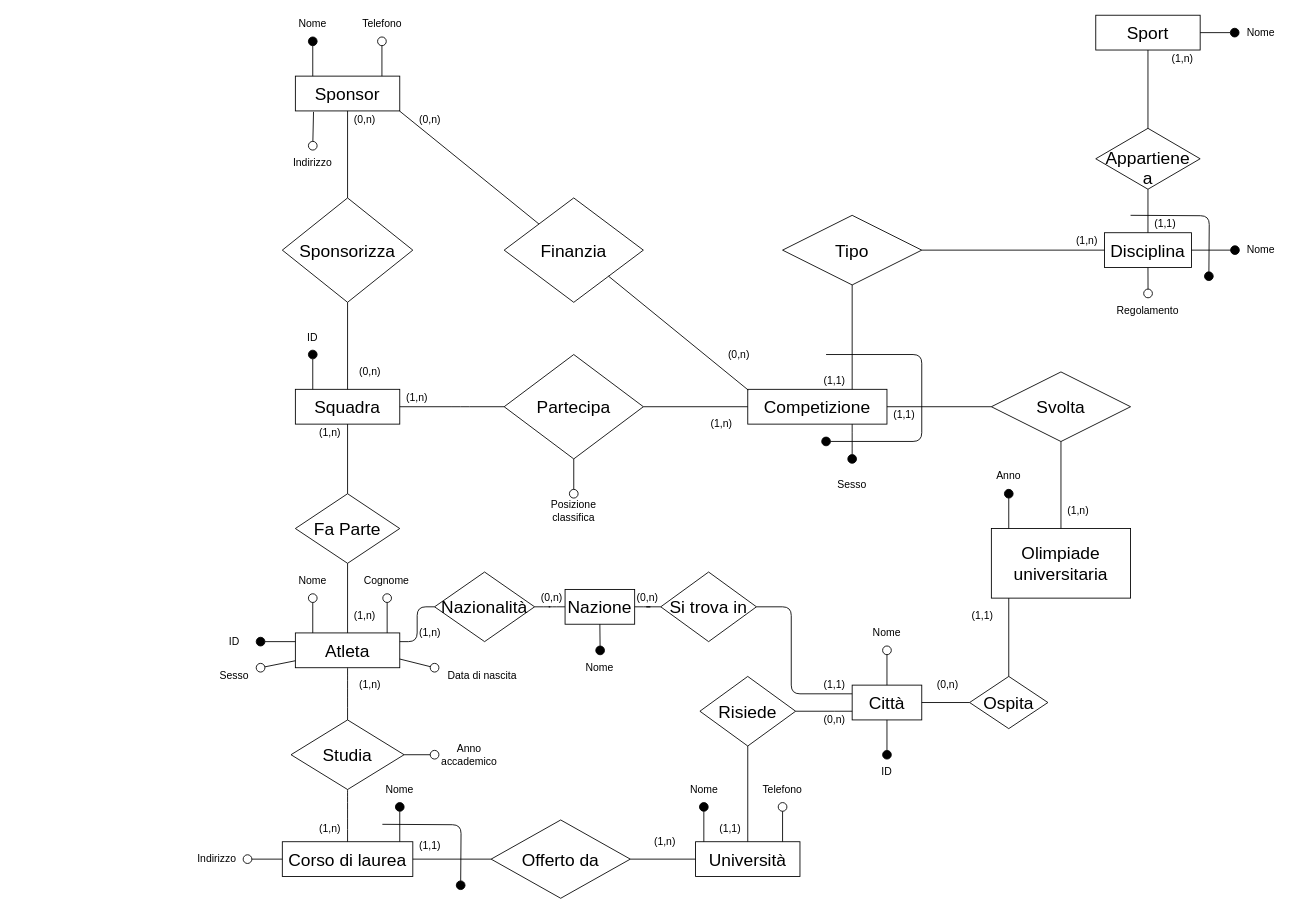
Above: page "Schema E-R" (1 of 3) of Olimpiadi studentesche.drawio in giovannivelludo/database-project (draw.io), before the change. Source tidied: cells renumbered, new cells numbered last; positions are measured from the earlier drawing's top-left corner, leaving out a move shared by most shapes. Both pictures are drawn from the tidied source at 87%, with x=0, y=0 at pixel (199, 15).
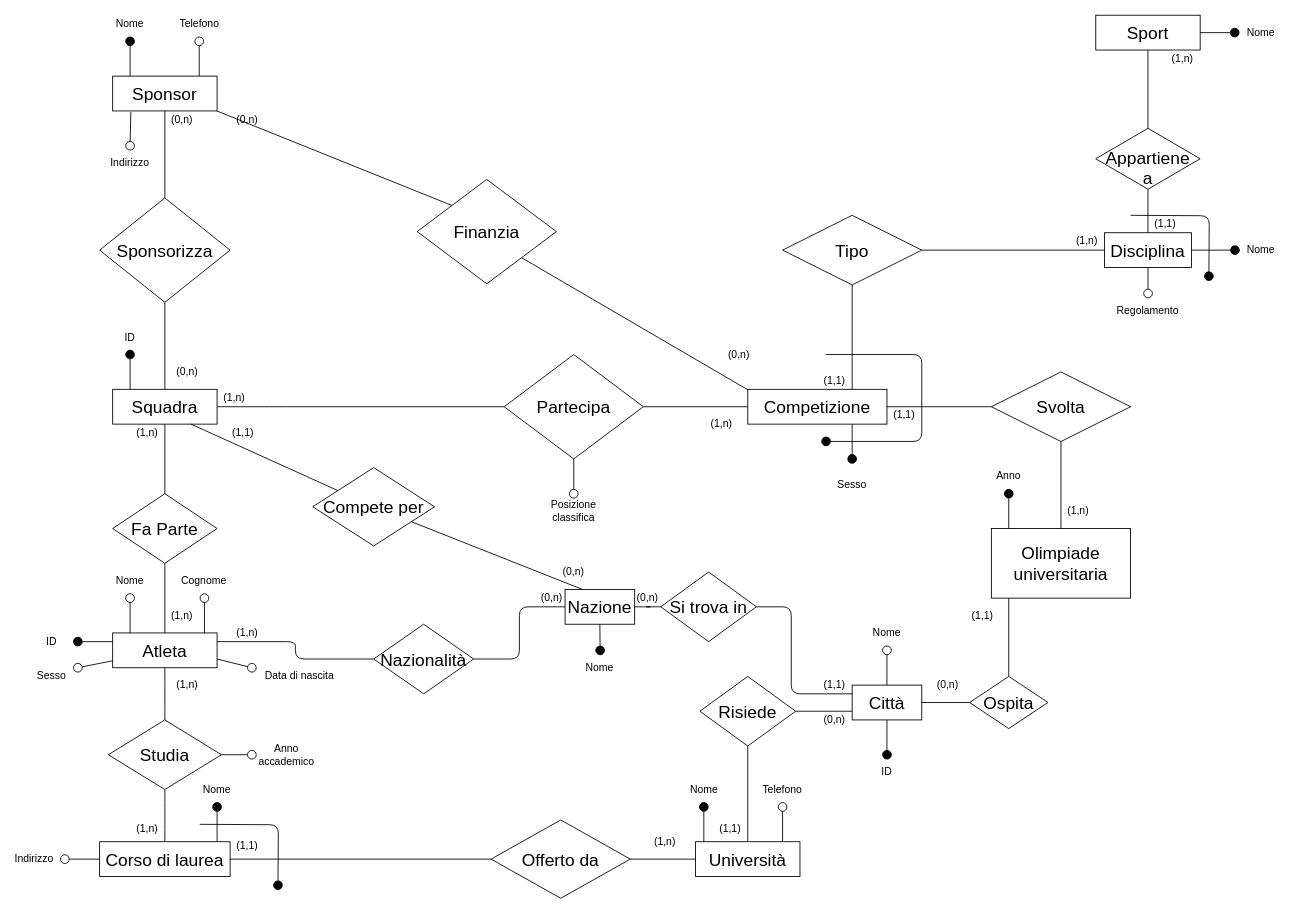
Above is the later version.

Commit message (it also covers changes not shown here):
Aggiunta relazione "Compete per" tra SQUADRA e NAZIONE

The change refers to these unchanged cells:
```xml
<mxCell id="3" value="&lt;font style=&quot;font-size: 20px&quot;&gt;Partecipa&lt;/font&gt;" style="rhombus;whiteSpace=wrap;html=1;fillColor=none;" parent="1" vertex="1">
  <mxGeometry x="350" y="390" width="160" height="120" as="geometry" />
</mxCell>
<mxCell id="97" value="&lt;font style=&quot;font-size: 20px&quot;&gt;Nazione&lt;/font&gt;" style="rounded=0;whiteSpace=wrap;html=1;fillColor=none;" parent="1" vertex="1">
  <mxGeometry x="420" y="660" width="80" height="40" as="geometry" />
</mxCell>
```

Change to the diagram source:
```diff
@@
     <mxCell id="2" value="&lt;font style=&quot;font-size: 20px&quot;&gt;Squadra&lt;/font&gt;" style="rounded=0;whiteSpace=wrap;html=1;fontSize=20;fillColor=none;" parent="1" vertex="1">
-      <mxGeometry x="110" y="430" width="120" height="40" as="geometry" />
+      <mxGeometry x="-100" y="430" width="120" height="40" as="geometry" />
     </mxCell>
@@
     <mxCell id="4" style="endArrow=none;html=1;entryX=0;entryY=0.5;entryDx=0;entryDy=0;exitX=1;exitY=0.5;exitDx=0;exitDy=0;" parent="1" edge="1" source="2" target="3">
       <mxGeometry relative="1" as="geometry">
         <Array as="points">
-          <mxPoint x="300" y="450" />
+          <mxPoint x="90" y="450" />
         </Array>
       </mxGeometry>
     </mxCell>
@@
     <mxCell id="14" value="Fa Parte" style="rhombus;whiteSpace=wrap;html=1;rounded=0;fontSize=20;fillColor=none;" parent="1" vertex="1">
-      <mxGeometry x="110" y="550" width="120" height="80" as="geometry" />
+      <mxGeometry x="-100" y="550" width="120" height="80" as="geometry" />
     </mxCell>
@@
     <mxCell id="16" style="rounded=1;orthogonalLoop=1;jettySize=auto;html=1;endArrow=oval;endFill=1;endSize=10;" parent="1" edge="1">
       <mxGeometry relative="1" as="geometry">
-        <mxPoint x="110" y="720" as="sourcePoint" />
-        <mxPoint x="70" y="720" as="targetPoint" />
+        <mxPoint x="-100" y="720" as="sourcePoint" />
+        <mxPoint x="-140" y="720" as="targetPoint" />
       </mxGeometry>
     </mxCell>
     <mxCell id="17" style="edgeStyle=none;rounded=1;jettySize=auto;html=1;exitX=1;exitY=0.75;exitDx=0;exitDy=0;endArrow=oval;endFill=0;endSize=10;" parent="1" edge="1" source="19">
       <mxGeometry relative="1" as="geometry">
-        <mxPoint x="270" y="750" as="targetPoint" />
+        <mxPoint x="60" y="750" as="targetPoint" />
       </mxGeometry>
     </mxCell>
     <mxCell id="18" style="edgeStyle=none;rounded=1;jettySize=auto;html=1;endArrow=oval;endFill=0;endSize=10;" parent="1" edge="1" source="19">
       <mxGeometry relative="1" as="geometry">
-        <mxPoint x="70" y="750" as="targetPoint" />
+        <mxPoint x="-140" y="750" as="targetPoint" />
       </mxGeometry>
     </mxCell>
     <mxCell id="19" value="Atleta" style="rounded=0;whiteSpace=wrap;html=1;fontSize=20;fillColor=none;" parent="1" vertex="1">
-      <mxGeometry x="110" y="710" width="120" height="40" as="geometry" />
+      <mxGeometry x="-100" y="710" width="120" height="40" as="geometry" />
     </mxCell>
@@
     <mxCell id="27" value="&lt;div&gt;(1,n)&lt;/div&gt;" style="text;html=1;align=center;verticalAlign=middle;whiteSpace=wrap;rounded=0;" parent="1" vertex="1">
-      <mxGeometry x="170" y="680" width="40" height="20" as="geometry" />
+      <mxGeometry x="-40" y="680" width="40" height="20" as="geometry" />
     </mxCell>
     <mxCell id="28" value="(1,n)" style="text;html=1;align=center;verticalAlign=middle;whiteSpace=wrap;rounded=0;" parent="1" vertex="1">
-      <mxGeometry x="130" y="470" width="40" height="20" as="geometry" />
+      <mxGeometry x="-80" y="470" width="40" height="20" as="geometry" />
     </mxCell>
     <mxCell id="29" value="&lt;font style=&quot;font-size: 20px&quot;&gt;Sponsor&lt;/font&gt;" style="rounded=0;whiteSpace=wrap;html=1;fillColor=none;" parent="1" vertex="1">
-      <mxGeometry x="110" y="70" width="120" height="40" as="geometry" />
+      <mxGeometry x="-100" y="70" width="120" height="40" as="geometry" />
     </mxCell>
@@
     <mxCell id="32" value="&lt;font style=&quot;font-size: 20px&quot;&gt;Sponsorizza&lt;/font&gt;" style="rhombus;whiteSpace=wrap;html=1;fillColor=none;" parent="1" vertex="1">
-      <mxGeometry x="95" y="210" width="150" height="120" as="geometry" />
+      <mxGeometry x="-115" y="210" width="150" height="120" as="geometry" />
     </mxCell>
     <mxCell id="33" value="&lt;div&gt;(1,n)&lt;/div&gt;" style="text;html=1;align=center;verticalAlign=middle;whiteSpace=wrap;rounded=0;" parent="1" vertex="1">
-      <mxGeometry x="230" y="430" width="40" height="20" as="geometry" />
+      <mxGeometry x="20" y="430" width="40" height="20" as="geometry" />
     </mxCell>
@@
     <mxCell id="35" value="(0,n)" style="text;html=1;align=center;verticalAlign=middle;whiteSpace=wrap;rounded=0;" parent="1" vertex="1">
-      <mxGeometry x="176" y="400" width="40" height="20" as="geometry" />
+      <mxGeometry x="-34" y="400" width="40" height="20" as="geometry" />
     </mxCell>
@@
     <mxCell id="38" value="(0,n)" style="text;html=1;align=center;verticalAlign=middle;whiteSpace=wrap;rounded=0;shadow=0;glass=0;comic=0;fontSize=12;" parent="1" vertex="1">
-      <mxGeometry x="170" y="110" width="40" height="20" as="geometry" />
+      <mxGeometry x="-40" y="110" width="40" height="20" as="geometry" />
     </mxCell>
     <mxCell id="39" value="&lt;font style=&quot;font-size: 20px&quot;&gt;Finanzia&lt;/font&gt;" style="rhombus;whiteSpace=wrap;html=1;rounded=0;shadow=0;glass=0;comic=0;fontSize=12;fillColor=none;" parent="1" vertex="1">
-      <mxGeometry x="350" y="210" width="160" height="120" as="geometry" />
+      <mxGeometry x="250" y="188.7" width="160" height="120" as="geometry" />
     </mxCell>
@@
     <mxCell id="42" value="(0,n)" style="text;html=1;align=center;verticalAlign=middle;whiteSpace=wrap;rounded=0;shadow=0;glass=0;comic=0;fontSize=12;" parent="1" vertex="1">
-      <mxGeometry x="245" y="110" width="40" height="20" as="geometry" />
+      <mxGeometry x="35" y="110" width="40" height="20" as="geometry" />
     </mxCell>
@@
     <mxCell id="45" value="&lt;font style=&quot;font-size: 20px&quot;&gt;Corso di laurea&lt;br&gt;&lt;/font&gt;" style="rounded=0;whiteSpace=wrap;html=1;shadow=0;glass=0;comic=0;fontSize=12;fillColor=none;" parent="1" vertex="1">
-      <mxGeometry x="95" y="950" width="150" height="40" as="geometry" />
+      <mxGeometry x="-115" y="950" width="150" height="40" as="geometry" />
     </mxCell>
@@
     <mxCell id="47" style="edgeStyle=none;rounded=1;jettySize=auto;html=1;endArrow=oval;endFill=0;endSize=10;" parent="1" edge="1" source="48">
       <mxGeometry relative="1" as="geometry">
-        <mxPoint x="270" y="850" as="targetPoint" />
+        <mxPoint x="60" y="850" as="targetPoint" />
       </mxGeometry>
     </mxCell>
     <mxCell id="48" value="&lt;font style=&quot;font-size: 20px&quot;&gt;Studia&lt;/font&gt;" style="rhombus;whiteSpace=wrap;html=1;rounded=0;shadow=0;glass=0;comic=0;fontSize=12;fillColor=none;" parent="1" vertex="1">
-      <mxGeometry x="105" y="810" width="130" height="80" as="geometry" />
+      <mxGeometry x="-105" y="810" width="130" height="80" as="geometry" />
     </mxCell>
     <mxCell id="49" value="(1,n)" style="text;html=1;align=center;verticalAlign=middle;whiteSpace=wrap;rounded=0;shadow=0;glass=0;comic=0;fontSize=12;" parent="1" vertex="1">
-      <mxGeometry x="176" y="760" width="40" height="20" as="geometry" />
+      <mxGeometry x="-34" y="760" width="40" height="20" as="geometry" />
     </mxCell>
     <mxCell id="50" value="(1,n)" style="text;html=1;align=center;verticalAlign=middle;whiteSpace=wrap;rounded=0;" parent="1" vertex="1">
-      <mxGeometry x="130" y="925" width="40" height="20" as="geometry" />
+      <mxGeometry x="-80" y="925" width="40" height="20" as="geometry" />
     </mxCell>
     <mxCell id="51" value="&lt;div&gt;(1,1)&lt;/div&gt;" style="text;html=1;align=center;verticalAlign=middle;whiteSpace=wrap;rounded=0;" parent="1" vertex="1">
-      <mxGeometry x="245" y="945" width="40" height="20" as="geometry" />
+      <mxGeometry x="35" y="945" width="40" height="20" as="geometry" />
     </mxCell>
@@
     <mxCell id="55" style="endArrow=oval;html=1;endFill=1;endSize=10;" parent="1" edge="1">
       <mxGeometry relative="1" as="geometry">
-        <mxPoint x="230" y="950" as="sourcePoint" />
-        <mxPoint x="230" y="910" as="targetPoint" />
+        <mxPoint x="20" y="950" as="sourcePoint" />
+        <mxPoint x="20" y="910" as="targetPoint" />
       </mxGeometry>
     </mxCell>
     <mxCell id="56" value="Nome" style="text;html=1;align=center;verticalAlign=middle;whiteSpace=wrap;rounded=0;" parent="1" vertex="1">
-      <mxGeometry x="210" y="880" width="40" height="20" as="geometry" />
+      <mxGeometry y="880" width="40" height="20" as="geometry" />
     </mxCell>
     <mxCell id="57" style="endArrow=oval;html=1;endFill=1;endSize=10;" parent="1" edge="1">
       <mxGeometry relative="1" as="geometry">
-        <mxPoint x="130" y="430" as="sourcePoint" />
-        <mxPoint x="130" y="390" as="targetPoint" />
+        <mxPoint x="-80" y="430" as="sourcePoint" />
+        <mxPoint x="-80" y="390" as="targetPoint" />
       </mxGeometry>
     </mxCell>
     <mxCell id="58" value="ID" style="text;html=1;align=center;verticalAlign=middle;whiteSpace=wrap;rounded=0;" parent="1" vertex="1">
-      <mxGeometry x="110" y="361" width="40" height="20" as="geometry" />
+      <mxGeometry x="-100" y="361" width="40" height="20" as="geometry" />
     </mxCell>
     <mxCell id="59" value="Nome" style="text;html=1;align=center;verticalAlign=middle;whiteSpace=wrap;rounded=0;" parent="1" vertex="1">
-      <mxGeometry x="110" y="640" width="40" height="20" as="geometry" />
+      <mxGeometry x="-100" y="640" width="40" height="20" as="geometry" />
     </mxCell>
     <mxCell id="60" style="endArrow=oval;html=1;endFill=0;endSize=10;" parent="1" edge="1">
       <mxGeometry relative="1" as="geometry">
-        <mxPoint x="215.5" y="710" as="sourcePoint" />
-        <mxPoint x="215.5" y="670" as="targetPoint" />
+        <mxPoint x="5.5" y="710" as="sourcePoint" />
+        <mxPoint x="5.5" y="670" as="targetPoint" />
       </mxGeometry>
     </mxCell>
     <mxCell id="61" value="Cognome" style="text;html=1;align=center;verticalAlign=middle;whiteSpace=wrap;rounded=0;" parent="1" vertex="1">
-      <mxGeometry x="195" y="640" width="40" height="20" as="geometry" />
+      <mxGeometry x="-15" y="640" width="40" height="20" as="geometry" />
     </mxCell>
     <mxCell id="62" style="endArrow=oval;html=1;endFill=1;endSize=10;" parent="1" edge="1">
       <mxGeometry relative="1" as="geometry">
-        <mxPoint x="130" y="70" as="sourcePoint" />
-        <mxPoint x="130" y="30" as="targetPoint" />
+        <mxPoint x="-80" y="70" as="sourcePoint" />
+        <mxPoint x="-80" y="30" as="targetPoint" />
       </mxGeometry>
     </mxCell>
     <mxCell id="63" value="Nome" style="text;html=1;align=center;verticalAlign=middle;whiteSpace=wrap;rounded=0;" parent="1" vertex="1">
-      <mxGeometry x="110" width="40" height="20" as="geometry" />
+      <mxGeometry x="-100" width="40" height="20" as="geometry" />
     </mxCell>
@@
     <mxCell id="70" style="endArrow=oval;html=1;endFill=0;endSize=10;" parent="1" edge="1">
       <mxGeometry relative="1" as="geometry">
-        <mxPoint x="130" y="710" as="sourcePoint" />
-        <mxPoint x="130" y="670" as="targetPoint" />
+        <mxPoint x="-80" y="710" as="sourcePoint" />
+        <mxPoint x="-80" y="670" as="targetPoint" />
       </mxGeometry>
     </mxCell>
@@
     <mxCell id="73" style="endArrow=oval;html=1;endFill=0;endSize=10;" parent="1" edge="1">
       <mxGeometry relative="1" as="geometry">
-        <mxPoint x="209.5" y="70" as="sourcePoint" />
-        <mxPoint x="209.5" y="30" as="targetPoint" />
+        <mxPoint x="-0.5" y="70" as="sourcePoint" />
+        <mxPoint x="-0.5" y="30" as="targetPoint" />
       </mxGeometry>
     </mxCell>
     <mxCell id="74" value="Telefono" style="text;html=1;align=center;verticalAlign=middle;whiteSpace=wrap;rounded=0;" parent="1" vertex="1">
-      <mxGeometry x="190" width="40" height="20" as="geometry" />
+      <mxGeometry x="-20" width="40" height="20" as="geometry" />
     </mxCell>
     <mxCell id="75" style="endArrow=oval;html=1;endFill=0;endSize=10;exitX=0.174;exitY=1.028;exitDx=0;exitDy=0;exitPerimeter=0;" parent="1" edge="1" source="29">
       <mxGeometry relative="1" as="geometry">
-        <mxPoint x="130" y="150" as="targetPoint" />
+        <mxPoint x="-80" y="150" as="targetPoint" />
       </mxGeometry>
     </mxCell>
     <mxCell id="76" value="Indirizzo" style="text;html=1;align=center;verticalAlign=middle;whiteSpace=wrap;rounded=0;" parent="1" vertex="1">
-      <mxGeometry x="110" y="160" width="40" height="20" as="geometry" />
+      <mxGeometry x="-100" y="160" width="40" height="20" as="geometry" />
     </mxCell>
@@
     <mxCell id="89" value="ID" style="text;html=1;align=center;verticalAlign=middle;whiteSpace=wrap;rounded=0;" parent="1" vertex="1">
-      <mxGeometry x="20" y="710" width="40" height="20" as="geometry" />
+      <mxGeometry x="-190" y="710" width="40" height="20" as="geometry" />
     </mxCell>
     <mxCell id="90" value="&lt;div&gt;Data di nascita&lt;/div&gt;" style="text;html=1;align=center;verticalAlign=middle;whiteSpace=wrap;rounded=0;" parent="1" vertex="1">
-      <mxGeometry x="280" y="750" width="90" height="20" as="geometry" />
+      <mxGeometry x="70" y="750" width="90" height="20" as="geometry" />
     </mxCell>
     <mxCell id="91" value="&lt;div&gt;Sesso&lt;/div&gt;" style="text;html=1;align=center;verticalAlign=middle;whiteSpace=wrap;rounded=0;" parent="1" vertex="1">
-      <mxGeometry x="20" y="750" width="40" height="20" as="geometry" />
+      <mxGeometry x="-190" y="750" width="40" height="20" as="geometry" />
     </mxCell>
     <mxCell id="92" value="&lt;div&gt;Anno accademico&lt;/div&gt;" style="text;html=1;align=center;verticalAlign=middle;whiteSpace=wrap;rounded=0;" parent="1" vertex="1">
-      <mxGeometry x="290" y="840" width="40" height="20" as="geometry" />
+      <mxGeometry x="80" y="840" width="40" height="20" as="geometry" />
     </mxCell>
     <mxCell id="93" value="Indirizzo" style="text;html=1;align=center;verticalAlign=middle;whiteSpace=wrap;rounded=0;" parent="1" vertex="1">
-      <mxGeometry y="960" width="40" height="20" as="geometry" />
+      <mxGeometry x="-210" y="960" width="40" height="20" as="geometry" />
     </mxCell>
     <mxCell id="94" style="rounded=1;orthogonalLoop=1;jettySize=auto;html=1;endArrow=oval;endFill=0;endSize=10;" parent="1" edge="1">
       <mxGeometry relative="1" as="geometry">
-        <mxPoint x="95" y="970" as="sourcePoint" />
-        <mxPoint x="55" y="970" as="targetPoint" />
+        <mxPoint x="-115" y="970" as="sourcePoint" />
+        <mxPoint x="-155" y="970" as="targetPoint" />
       </mxGeometry>
     </mxCell>
     <mxCell id="95" style="endArrow=oval;html=1;edgeStyle=orthogonalEdgeStyle;endFill=1;endSize=10;" parent="1" edge="1">
       <mxGeometry relative="1" as="geometry">
-        <mxPoint x="210" y="930" as="sourcePoint" />
-        <mxPoint x="300" y="1000" as="targetPoint" />
+        <mxPoint y="930" as="sourcePoint" />
+        <mxPoint x="90" y="1000" as="targetPoint" />
       </mxGeometry>
     </mxCell>
@@
     <mxCell id="106" value="&lt;font style=&quot;font-size: 20px&quot;&gt;Nazionalità&lt;br&gt;&lt;/font&gt;" style="rhombus;whiteSpace=wrap;html=1;fillColor=none;" parent="1" vertex="1">
-      <mxGeometry x="270" y="640" width="115" height="80" as="geometry" />
+      <mxGeometry x="200" y="700" width="115" height="80" as="geometry" />
     </mxCell>
@@
     <mxCell id="108" value="(1,n)" style="text;html=1;align=center;verticalAlign=middle;whiteSpace=wrap;rounded=0;" parent="1" vertex="1">
-      <mxGeometry x="245" y="700" width="40" height="20" as="geometry" />
+      <mxGeometry x="35" y="700" width="40" height="20" as="geometry" />
     </mxCell>
@@
+    <mxCell id="127" style="rounded=0;jettySize=auto;html=1;entryX=0.25;entryY=0;entryDx=0;entryDy=0;endArrow=none;endFill=0;" parent="1" edge="1" source="129" target="97">
+      <mxGeometry relative="1" as="geometry" />
+    </mxCell>
+    <mxCell id="128" style="edgeStyle=none;rounded=0;jettySize=auto;html=1;entryX=0.75;entryY=1;entryDx=0;entryDy=0;endArrow=none;endFill=0;" parent="1" edge="1" source="129" target="2">
+      <mxGeometry relative="1" as="geometry" />
+    </mxCell>
+    <mxCell id="129" value="&lt;font style=&quot;font-size: 20px&quot;&gt;Compete per&lt;/font&gt;" style="rhombus;whiteSpace=wrap;html=1;fillColor=none;" parent="1" vertex="1">
+      <mxGeometry x="130" y="520" width="140" height="90" as="geometry" />
+    </mxCell>
+    <mxCell id="130" value="(0,n)" style="text;html=1;align=center;verticalAlign=middle;whiteSpace=wrap;rounded=0;" parent="1" vertex="1">
+      <mxGeometry x="410" y="630" width="40" height="20" as="geometry" />
+    </mxCell>
+    <mxCell id="131" value="(1,1)" style="text;html=1;align=center;verticalAlign=middle;whiteSpace=wrap;rounded=0;" parent="1" vertex="1">
+      <mxGeometry x="30" y="470" width="40" height="20" as="geometry" />
+    </mxCell>
```
